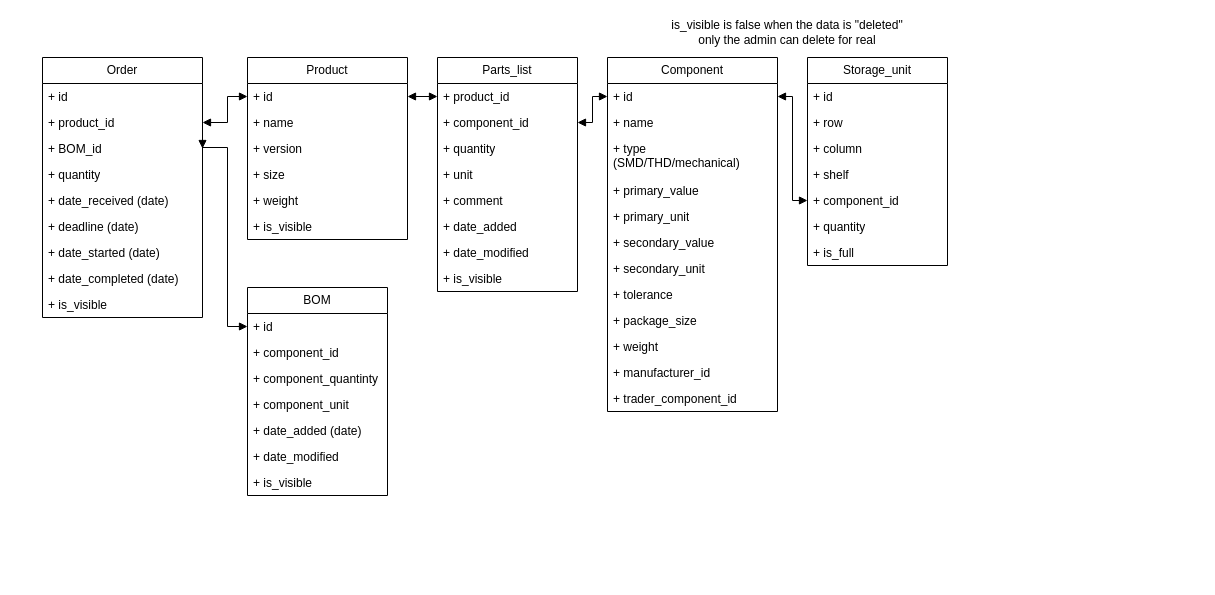
The draw.io diagram sql_tables_v2.0.drawio in truSandor/basic-order-and-warehouse-management-app, before the edit. Source tidied: cells renumbered, new cells numbered last; positions are measured from the earlier drawing's top-left corner, leaving out a move shared by most shapes. Both pictures are drawn from the tidied source at 100%, with x=0, y=0 at pixel (42, 17).
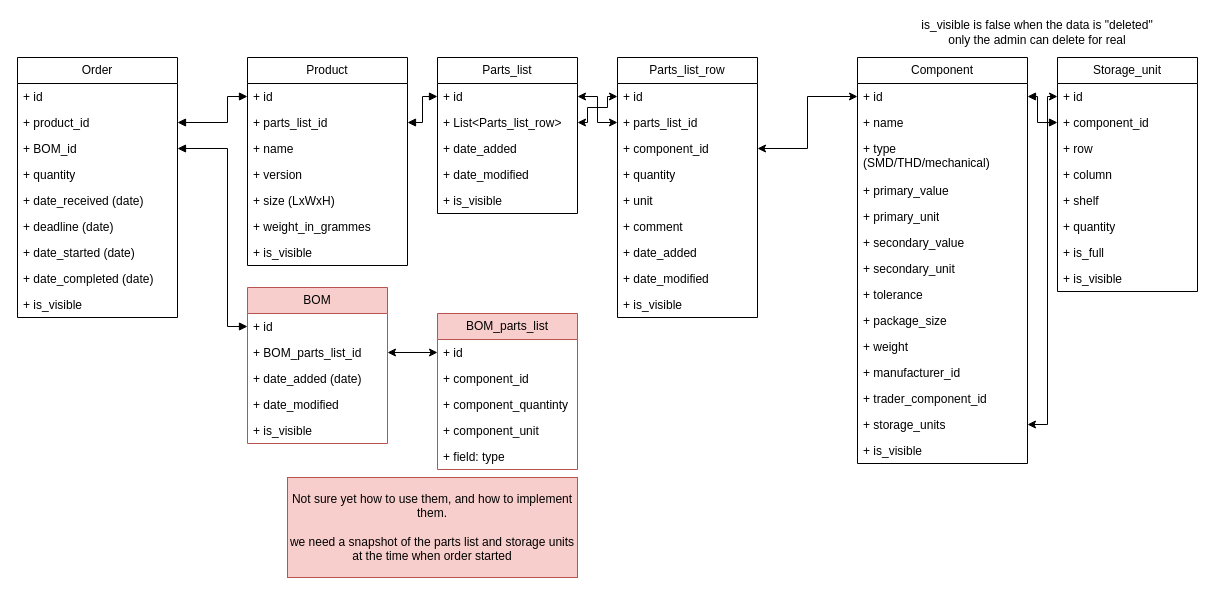
After the change.

Commit message (it also covers changes not shown here):
change tables in sql_tables_V2.0

Unchanged cells that the change refers to:
```xml
<mxCell id="6" value="+ BOM_id" style="text;strokeColor=none;fillColor=none;align=left;verticalAlign=top;spacingLeft=4;spacingRight=4;overflow=hidden;points=[[0,0.5],[1,0.5]];portConstraint=eastwest;whiteSpace=wrap;html=1;" parent="3" vertex="1">
  <mxGeometry y="78" width="160" height="26" as="geometry" />
</mxCell>
<mxCell id="14" value="+ id" style="text;strokeColor=none;fillColor=none;align=left;verticalAlign=top;spacingLeft=4;spacingRight=4;overflow=hidden;points=[[0,0.5],[1,0.5]];portConstraint=eastwest;whiteSpace=wrap;html=1;" parent="13" vertex="1">
  <mxGeometry y="26" width="160" height="26" as="geometry" />
</mxCell>
<mxCell id="21" value="+ id" style="text;strokeColor=none;fillColor=none;align=left;verticalAlign=top;spacingLeft=4;spacingRight=4;overflow=hidden;points=[[0,0.5],[1,0.5]];portConstraint=eastwest;whiteSpace=wrap;html=1;" parent="20" vertex="1">
  <mxGeometry y="26" width="140" height="26" as="geometry" />
</mxCell>
<mxCell id="41" value="+ id" style="text;strokeColor=none;fillColor=none;align=left;verticalAlign=top;spacingLeft=4;spacingRight=4;overflow=hidden;points=[[0,0.5],[1,0.5]];portConstraint=eastwest;whiteSpace=wrap;html=1;" parent="40" vertex="1">
  <mxGeometry y="26" width="170" height="26" as="geometry" />
</mxCell>
<mxCell id="54" value="+ id" style="text;strokeColor=none;fillColor=none;align=left;verticalAlign=top;spacingLeft=4;spacingRight=4;overflow=hidden;points=[[0,0.5],[1,0.5]];portConstraint=eastwest;whiteSpace=wrap;html=1;" parent="53" vertex="1">
  <mxGeometry y="26" width="140" height="26" as="geometry" />
</mxCell>
```

Change to the diagram source:
```diff
@@
     <mxCell id="3" value="Order" style="swimlane;fontStyle=0;horizontal=1;startSize=26;fillColor=none;whiteSpace=wrap;html=1;" parent="1" vertex="1">
-      <mxGeometry y="40" width="160" height="260" as="geometry" />
+      <mxGeometry x="-25" y="40" width="160" height="260" as="geometry" />
     </mxCell>
@@
     <mxCell id="13" value="Product" style="swimlane;fontStyle=0;horizontal=1;startSize=26;fillColor=none;whiteSpace=wrap;html=1;" parent="1" vertex="1">
-      <mxGeometry x="205" y="40" width="160" height="182" as="geometry" />
+      <mxGeometry x="205" y="40" width="160" height="208" as="geometry" />
     </mxCell>
@@
+    <mxCell id="64" value="+ parts_list_id" style="text;strokeColor=none;fillColor=none;align=left;verticalAlign=top;spacingLeft=4;spacingRight=4;overflow=hidden;points=[[0,0.5],[1,0.5]];portConstraint=eastwest;whiteSpace=wrap;html=1;" parent="13" vertex="1">
+      <mxGeometry y="52" width="160" height="26" as="geometry" />
+    </mxCell>
     <mxCell id="15" value="+ name" style="text;strokeColor=none;fillColor=none;align=left;verticalAlign=top;spacingLeft=4;spacingRight=4;overflow=hidden;whiteSpace=wrap;html=1;" parent="13" vertex="1">
-      <mxGeometry y="52" width="160" height="26" as="geometry" />
+      <mxGeometry y="78" width="160" height="26" as="geometry" />
     </mxCell>
     <mxCell id="16" value="+ version" style="text;strokeColor=none;fillColor=none;align=left;verticalAlign=top;spacingLeft=4;spacingRight=4;overflow=hidden;whiteSpace=wrap;html=1;" parent="13" vertex="1">
-      <mxGeometry y="78" width="160" height="26" as="geometry" />
+      <mxGeometry y="104" width="160" height="26" as="geometry" />
     </mxCell>
-    <mxCell id="17" value="+ size" style="text;strokeColor=none;fillColor=none;align=left;verticalAlign=top;spacingLeft=4;spacingRight=4;overflow=hidden;whiteSpace=wrap;html=1;" parent="13" vertex="1">
-      <mxGeometry y="104" width="160" height="26" as="geometry" />
+    <mxCell id="17" value="+ size (LxWxH)" style="text;strokeColor=none;fillColor=none;align=left;verticalAlign=top;spacingLeft=4;spacingRight=4;overflow=hidden;whiteSpace=wrap;html=1;" parent="13" vertex="1">
+      <mxGeometry y="130" width="160" height="26" as="geometry" />
     </mxCell>
-    <mxCell id="18" value="+ weight" style="text;strokeColor=none;fillColor=none;align=left;verticalAlign=top;spacingLeft=4;spacingRight=4;overflow=hidden;whiteSpace=wrap;html=1;" parent="13" vertex="1">
-      <mxGeometry y="130" width="160" height="26" as="geometry" />
+    <mxCell id="18" value="+ weight_in_grammes" style="text;strokeColor=none;fillColor=none;align=left;verticalAlign=top;spacingLeft=4;spacingRight=4;overflow=hidden;whiteSpace=wrap;html=1;" parent="13" vertex="1">
+      <mxGeometry y="156" width="160" height="26" as="geometry" />
     </mxCell>
     <mxCell id="19" value="+ is_visible" style="text;strokeColor=none;fillColor=none;align=left;verticalAlign=top;spacingLeft=4;spacingRight=4;overflow=hidden;whiteSpace=wrap;html=1;" parent="13" vertex="1">
-      <mxGeometry y="156" width="160" height="26" as="geometry" />
+      <mxGeometry y="182" width="160" height="26" as="geometry" />
     </mxCell>
-    <mxCell id="20" value="BOM" style="swimlane;fontStyle=0;horizontal=1;startSize=26;fillColor=none;whiteSpace=wrap;html=1;" parent="1" vertex="1">
-      <mxGeometry x="205" y="270" width="140" height="208" as="geometry" />
+    <mxCell id="20" value="BOM" style="swimlane;fontStyle=0;horizontal=1;startSize=26;fillColor=#f8cecc;whiteSpace=wrap;html=1;strokeColor=#b85450;" parent="1" vertex="1">
+      <mxGeometry x="205" y="270" width="140" height="156" as="geometry" />
     </mxCell>
@@
-    <mxCell id="22" value="+ component_id" style="text;strokeColor=none;fillColor=none;align=left;verticalAlign=top;spacingLeft=4;spacingRight=4;overflow=hidden;whiteSpace=wrap;html=1;" parent="20" vertex="1">
-      <mxGeometry y="52" width="140" height="26" as="geometry" />
-    </mxCell>
-    <mxCell id="23" value="+ component_quantinty" style="text;strokeColor=none;fillColor=none;align=left;verticalAlign=top;spacingLeft=4;spacingRight=4;overflow=hidden;whiteSpace=wrap;html=1;" parent="20" vertex="1">
-      <mxGeometry y="78" width="140" height="26" as="geometry" />
-    </mxCell>
-    <mxCell id="24" value="+ component_unit" style="text;strokeColor=none;fillColor=none;align=left;verticalAlign=top;spacingLeft=4;spacingRight=4;overflow=hidden;whiteSpace=wrap;html=1;" parent="20" vertex="1">
-      <mxGeometry y="104" width="140" height="26" as="geometry" />
-    </mxCell>
+    <mxCell id="65" value="+ BOM_parts_list_id" style="text;strokeColor=none;fillColor=none;align=left;verticalAlign=top;spacingLeft=4;spacingRight=4;overflow=hidden;points=[[0,0.5],[1,0.5]];portConstraint=eastwest;whiteSpace=wrap;html=1;" parent="20" vertex="1">
+      <mxGeometry y="52" width="140" height="26" as="geometry" />
+    </mxCell>
     <mxCell id="25" value="+ date_added (date)" style="text;strokeColor=none;fillColor=none;align=left;verticalAlign=top;spacingLeft=4;spacingRight=4;overflow=hidden;whiteSpace=wrap;html=1;" parent="20" vertex="1">
-      <mxGeometry y="130" width="140" height="26" as="geometry" />
+      <mxGeometry y="78" width="140" height="26" as="geometry" />
     </mxCell>
     <mxCell id="26" value="+ date_modified" style="text;strokeColor=none;fillColor=none;align=left;verticalAlign=top;spacingLeft=4;spacingRight=4;overflow=hidden;whiteSpace=wrap;html=1;" parent="20" vertex="1">
-      <mxGeometry y="156" width="140" height="26" as="geometry" />
+      <mxGeometry y="104" width="140" height="26" as="geometry" />
     </mxCell>
     <mxCell id="27" value="+ is_visible" style="text;strokeColor=none;fillColor=none;align=left;verticalAlign=top;spacingLeft=4;spacingRight=4;overflow=hidden;whiteSpace=wrap;html=1;" parent="20" vertex="1">
-      <mxGeometry y="182" width="140" height="26" as="geometry" />
+      <mxGeometry y="130" width="140" height="26" as="geometry" />
     </mxCell>
@@
     <mxCell id="29" value="Parts_list" style="swimlane;fontStyle=0;horizontal=1;startSize=26;fillColor=none;whiteSpace=wrap;html=1;" parent="1" vertex="1">
-      <mxGeometry x="395" y="40" width="140" height="234" as="geometry" />
+      <mxGeometry x="395" y="40" width="140" height="156" as="geometry" />
     </mxCell>
-    <mxCell id="30" value="+ product_id" style="text;strokeColor=none;fillColor=none;align=left;verticalAlign=top;spacingLeft=4;spacingRight=4;overflow=hidden;points=[[0,0.5],[1,0.5]];portConstraint=eastwest;whiteSpace=wrap;html=1;" parent="29" vertex="1">
+    <mxCell id="30" value="+ id" style="text;strokeColor=none;fillColor=none;align=left;verticalAlign=top;spacingLeft=4;spacingRight=4;overflow=hidden;points=[[0,0.5],[1,0.5]];portConstraint=eastwest;whiteSpace=wrap;html=1;" parent="29" vertex="1">
       <mxGeometry y="26" width="140" height="26" as="geometry" />
     </mxCell>
-    <mxCell id="31" value="+ component_id" style="text;strokeColor=none;fillColor=none;align=left;verticalAlign=top;spacingLeft=4;spacingRight=4;overflow=hidden;points=[[0,0.5],[1,0.5]];portConstraint=eastwest;whiteSpace=wrap;html=1;" parent="29" vertex="1">
-      <mxGeometry y="52" width="140" height="26" as="geometry" />
-    </mxCell>
-    <mxCell id="32" value="+ quantity" style="text;strokeColor=none;fillColor=none;align=left;verticalAlign=top;spacingLeft=4;spacingRight=4;overflow=hidden;whiteSpace=wrap;html=1;" parent="29" vertex="1">
-      <mxGeometry y="78" width="140" height="26" as="geometry" />
-    </mxCell>
-    <mxCell id="33" value="+ unit" style="text;strokeColor=none;fillColor=none;align=left;verticalAlign=top;spacingLeft=4;spacingRight=4;overflow=hidden;whiteSpace=wrap;html=1;" parent="29" vertex="1">
-      <mxGeometry y="104" width="140" height="26" as="geometry" />
-    </mxCell>
-    <mxCell id="34" value="+ comment" style="text;strokeColor=none;fillColor=none;align=left;verticalAlign=top;spacingLeft=4;spacingRight=4;overflow=hidden;whiteSpace=wrap;html=1;" parent="29" vertex="1">
-      <mxGeometry y="130" width="140" height="26" as="geometry" />
-    </mxCell>
-    <mxCell id="35" value="+ date_added" style="text;strokeColor=none;fillColor=none;align=left;verticalAlign=top;spacingLeft=4;spacingRight=4;overflow=hidden;whiteSpace=wrap;html=1;" parent="29" vertex="1">
-      <mxGeometry y="156" width="140" height="26" as="geometry" />
-    </mxCell>
-    <mxCell id="36" value="+ date_modified" style="text;strokeColor=none;fillColor=none;align=left;verticalAlign=top;spacingLeft=4;spacingRight=4;overflow=hidden;whiteSpace=wrap;html=1;" parent="29" vertex="1">
-      <mxGeometry y="182" width="140" height="26" as="geometry" />
-    </mxCell>
+    <mxCell id="66" value="+ List&amp;lt;Parts_list_row&amp;gt;" style="text;strokeColor=none;fillColor=none;align=left;verticalAlign=top;spacingLeft=4;spacingRight=4;overflow=hidden;points=[[0,0.5],[1,0.5]];portConstraint=eastwest;whiteSpace=wrap;html=1;" parent="29" vertex="1">
+      <mxGeometry y="52" width="140" height="26" as="geometry" />
+    </mxCell>
+    <mxCell id="67" value="+ date_added" style="text;strokeColor=none;fillColor=none;align=left;verticalAlign=top;spacingLeft=4;spacingRight=4;overflow=hidden;whiteSpace=wrap;html=1;" parent="29" vertex="1">
+      <mxGeometry y="78" width="140" height="26" as="geometry" />
+    </mxCell>
+    <mxCell id="68" value="+ date_modified" style="text;strokeColor=none;fillColor=none;align=left;verticalAlign=top;spacingLeft=4;spacingRight=4;overflow=hidden;whiteSpace=wrap;html=1;" parent="29" vertex="1">
+      <mxGeometry y="104" width="140" height="26" as="geometry" />
+    </mxCell>
     <mxCell id="37" value="+ is_visible" style="text;strokeColor=none;fillColor=none;align=left;verticalAlign=top;spacingLeft=4;spacingRight=4;overflow=hidden;whiteSpace=wrap;html=1;" parent="29" vertex="1">
-      <mxGeometry y="208" width="140" height="26" as="geometry" />
+      <mxGeometry y="130" width="140" height="26" as="geometry" />
     </mxCell>
     <mxCell id="38" value="is_visible is false when the data is &quot;deleted&quot;&lt;br&gt;only the admin can delete for real" style="text;html=1;strokeColor=none;fillColor=none;align=center;verticalAlign=middle;whiteSpace=wrap;rounded=0;" parent="1" vertex="1">
-      <mxGeometry x="615" width="260" height="30" as="geometry" />
+      <mxGeometry x="865" width="260" height="30" as="geometry" />
     </mxCell>
-    <mxCell id="39" style="endArrow=block;startArrow=block;endFill=1;startFill=1;html=1;rounded=0;entryX=0;entryY=0.5;entryDx=0;entryDy=0;exitX=1;exitY=0.5;exitDx=0;exitDy=0;edgeStyle=orthogonalEdgeStyle;" parent="1" edge="1" source="14" target="30">
+    <mxCell id="39" style="endArrow=block;startArrow=block;endFill=1;startFill=1;html=1;rounded=0;entryX=0;entryY=0.5;entryDx=0;entryDy=0;exitX=1;exitY=0.5;exitDx=0;exitDy=0;edgeStyle=orthogonalEdgeStyle;" parent="1" edge="1" source="64" target="30">
       <mxGeometry relative="1" as="geometry" />
     </mxCell>
     <mxCell id="40" value="Component" style="swimlane;fontStyle=0;horizontal=1;startSize=26;fillColor=none;whiteSpace=wrap;html=1;" parent="1" vertex="1">
-      <mxGeometry x="565" y="40" width="170" height="354" as="geometry" />
+      <mxGeometry x="815" y="40" width="170" height="406" as="geometry" />
     </mxCell>
@@
+    <mxCell id="69" value="+ storage_units" style="text;strokeColor=none;fillColor=none;align=left;verticalAlign=top;spacingLeft=4;spacingRight=4;overflow=hidden;points=[[0,0.5],[1,0.5]];portConstraint=eastwest;whiteSpace=wrap;html=1;" parent="40" vertex="1">
+      <mxGeometry y="354" width="170" height="26" as="geometry" />
+    </mxCell>
+    <mxCell id="70" value="+ is_visible" style="text;strokeColor=none;fillColor=none;align=left;verticalAlign=top;spacingLeft=4;spacingRight=4;overflow=hidden;whiteSpace=wrap;html=1;" parent="40" vertex="1">
+      <mxGeometry y="380" width="170" height="26" as="geometry" />
+    </mxCell>
     <mxCell id="53" value="Storage_unit" style="swimlane;fontStyle=0;horizontal=1;startSize=26;fillColor=none;whiteSpace=wrap;html=1;" parent="1" vertex="1">
-      <mxGeometry x="765" y="40" width="140" height="208" as="geometry" />
+      <mxGeometry x="1015" y="40" width="140" height="234" as="geometry" />
     </mxCell>
@@
+    <mxCell id="58" value="+ component_id" style="text;strokeColor=none;fillColor=none;align=left;verticalAlign=top;spacingLeft=4;spacingRight=4;overflow=hidden;points=[[0,0.5],[1,0.5]];portConstraint=eastwest;whiteSpace=wrap;html=1;" parent="53" vertex="1">
+      <mxGeometry y="52" width="140" height="26" as="geometry" />
+    </mxCell>
     <mxCell id="55" value="+ row" style="text;strokeColor=none;fillColor=none;align=left;verticalAlign=top;spacingLeft=4;spacingRight=4;overflow=hidden;whiteSpace=wrap;html=1;" parent="53" vertex="1">
-      <mxGeometry y="52" width="140" height="26" as="geometry" />
+      <mxGeometry y="78" width="140" height="26" as="geometry" />
     </mxCell>
     <mxCell id="56" value="+ column" style="text;strokeColor=none;fillColor=none;align=left;verticalAlign=top;spacingLeft=4;spacingRight=4;overflow=hidden;whiteSpace=wrap;html=1;" parent="53" vertex="1">
-      <mxGeometry y="78" width="140" height="26" as="geometry" />
+      <mxGeometry y="104" width="140" height="26" as="geometry" />
     </mxCell>
     <mxCell id="57" value="+ shelf" style="text;strokeColor=none;fillColor=none;align=left;verticalAlign=top;spacingLeft=4;spacingRight=4;overflow=hidden;whiteSpace=wrap;html=1;" parent="53" vertex="1">
-      <mxGeometry y="104" width="140" height="26" as="geometry" />
+      <mxGeometry y="130" width="140" height="26" as="geometry" />
     </mxCell>
-    <mxCell id="58" value="+ component_id" style="text;strokeColor=none;fillColor=none;align=left;verticalAlign=top;spacingLeft=4;spacingRight=4;overflow=hidden;points=[[0,0.5],[1,0.5]];portConstraint=eastwest;whiteSpace=wrap;html=1;" parent="53" vertex="1">
-      <mxGeometry y="130" width="140" height="26" as="geometry" />
-    </mxCell>
@@
-    <mxCell id="61" style="endArrow=block;startArrow=block;endFill=1;startFill=1;html=1;rounded=0;edgeStyle=orthogonalEdgeStyle;entryX=0;entryY=0.5;entryDx=0;entryDy=0;exitX=1;exitY=0.5;exitDx=0;exitDy=0;" parent="1" edge="1" source="31" target="41">
-      <mxGeometry relative="1" as="geometry" />
-    </mxCell>
+    <mxCell id="71" value="+ is_visible" style="text;strokeColor=none;fillColor=none;align=left;verticalAlign=top;spacingLeft=4;spacingRight=4;overflow=hidden;whiteSpace=wrap;html=1;" parent="53" vertex="1">
+      <mxGeometry y="208" width="140" height="26" as="geometry" />
+    </mxCell>
     <mxCell id="62" style="endArrow=block;startArrow=block;endFill=1;startFill=1;html=1;rounded=0;exitX=1;exitY=0.5;exitDx=0;exitDy=0;entryX=0;entryY=0.5;entryDx=0;entryDy=0;edgeStyle=orthogonalEdgeStyle;" parent="1" edge="1" source="41" target="58">
-      <mxGeometry relative="1" as="geometry" />
+      <mxGeometry relative="1" as="geometry">
+        <Array as="points">
+          <mxPoint x="995" y="79" />
+          <mxPoint x="995" y="105" />
+        </Array>
+      </mxGeometry>
     </mxCell>
-    <mxCell id="63" style="endArrow=block;startArrow=block;endFill=1;startFill=1;html=1;rounded=0;exitX=1;exitY=0.5;exitDx=0;exitDy=0;entryX=0;entryY=0.5;entryDx=0;entryDy=0;edgeStyle=orthogonalEdgeStyle;" parent="1" edge="1" source="6" target="21">
+    <mxCell id="63" style="endArrow=block;startArrow=block;endFill=1;startFill=1;html=1;rounded=0;entryX=0;entryY=0.5;entryDx=0;entryDy=0;edgeStyle=orthogonalEdgeStyle;exitX=1;exitY=0.5;exitDx=0;exitDy=0;" parent="1" edge="1" source="6" target="21">
       <mxGeometry relative="1" as="geometry">
         <Array as="points">
-          <mxPoint x="185" y="130" />
+          <mxPoint x="185" y="131" />
           <mxPoint x="185" y="309" />
         </Array>
       </mxGeometry>
     </mxCell>
+    <mxCell id="72" style="endArrow=classic;startArrow=classic;html=1;rounded=0;entryX=0;entryY=0.5;entryDx=0;entryDy=0;exitX=1;exitY=0.5;exitDx=0;exitDy=0;edgeStyle=orthogonalEdgeStyle;" parent="1" edge="1" source="69" target="54">
+      <mxGeometry relative="1" as="geometry">
+        <Array as="points">
+          <mxPoint x="1005" y="407" />
+          <mxPoint x="1005" y="79" />
+        </Array>
+      </mxGeometry>
+    </mxCell>
+    <mxCell id="73" value="BOM_parts_list" style="swimlane;fontStyle=0;horizontal=1;startSize=26;fillColor=#f8cecc;whiteSpace=wrap;html=1;strokeColor=#b85450;" parent="1" vertex="1">
+      <mxGeometry x="395" y="296" width="140" height="156" as="geometry" />
+    </mxCell>
+    <mxCell id="74" value="+ id" style="text;strokeColor=none;fillColor=none;align=left;verticalAlign=top;spacingLeft=4;spacingRight=4;overflow=hidden;points=[[0,0.5],[1,0.5]];portConstraint=eastwest;whiteSpace=wrap;html=1;" parent="73" vertex="1">
+      <mxGeometry y="26" width="140" height="26" as="geometry" />
+    </mxCell>
+    <mxCell id="22" value="+ component_id" style="text;strokeColor=none;fillColor=none;align=left;verticalAlign=top;spacingLeft=4;spacingRight=4;overflow=hidden;whiteSpace=wrap;html=1;" parent="73" vertex="1">
+      <mxGeometry y="52" width="140" height="26" as="geometry" />
+    </mxCell>
+    <mxCell id="23" value="+ component_quantinty" style="text;strokeColor=none;fillColor=none;align=left;verticalAlign=top;spacingLeft=4;spacingRight=4;overflow=hidden;whiteSpace=wrap;html=1;" parent="73" vertex="1">
+      <mxGeometry y="78" width="140" height="26" as="geometry" />
+    </mxCell>
+    <mxCell id="24" value="+ component_unit" style="text;strokeColor=none;fillColor=none;align=left;verticalAlign=top;spacingLeft=4;spacingRight=4;overflow=hidden;whiteSpace=wrap;html=1;" parent="73" vertex="1">
+      <mxGeometry y="104" width="140" height="26" as="geometry" />
+    </mxCell>
+    <mxCell id="75" value="+ field: type" style="text;strokeColor=none;fillColor=none;align=left;verticalAlign=top;spacingLeft=4;spacingRight=4;overflow=hidden;whiteSpace=wrap;html=1;" parent="73" vertex="1">
+      <mxGeometry y="130" width="140" height="26" as="geometry" />
+    </mxCell>
+    <mxCell id="76" style="endArrow=classic;startArrow=classic;html=1;rounded=0;entryX=0;entryY=0.5;entryDx=0;entryDy=0;exitX=1;exitY=0.5;exitDx=0;exitDy=0;edgeStyle=orthogonalEdgeStyle;" parent="1" edge="1" source="65" target="74">
+      <mxGeometry relative="1" as="geometry" />
+    </mxCell>
+    <mxCell id="77" value="Not sure yet how to use them, and how to implement them.&lt;br&gt;&lt;br&gt;we need a snapshot of the parts list and storage units at the time when order started" style="text;html=1;strokeColor=#b85450;fillColor=#f8cecc;align=center;verticalAlign=middle;whiteSpace=wrap;rounded=0;" parent="1" vertex="1">
+      <mxGeometry x="245" y="460" width="290" height="100" as="geometry" />
+    </mxCell>
+    <mxCell id="78" value="Parts_list_row" style="swimlane;fontStyle=0;horizontal=1;startSize=26;fillColor=none;whiteSpace=wrap;html=1;" parent="1" vertex="1">
+      <mxGeometry x="575" y="40" width="140" height="260" as="geometry" />
+    </mxCell>
+    <mxCell id="79" value="+ id" style="text;strokeColor=none;fillColor=none;align=left;verticalAlign=top;spacingLeft=4;spacingRight=4;overflow=hidden;points=[[0,0.5],[1,0.5]];portConstraint=eastwest;whiteSpace=wrap;html=1;" parent="78" vertex="1">
+      <mxGeometry y="26" width="140" height="26" as="geometry" />
+    </mxCell>
+    <mxCell id="80" value="+ parts_list_id" style="text;strokeColor=none;fillColor=none;align=left;verticalAlign=top;spacingLeft=4;spacingRight=4;overflow=hidden;points=[[0,0.5],[1,0.5]];portConstraint=eastwest;whiteSpace=wrap;html=1;" parent="78" vertex="1">
+      <mxGeometry y="52" width="140" height="26" as="geometry" />
+    </mxCell>
+    <mxCell id="31" value="+ component_id" style="text;strokeColor=none;fillColor=none;align=left;verticalAlign=top;spacingLeft=4;spacingRight=4;overflow=hidden;points=[[0,0.5],[1,0.5]];portConstraint=eastwest;whiteSpace=wrap;html=1;" parent="78" vertex="1">
+      <mxGeometry y="78" width="140" height="26" as="geometry" />
+    </mxCell>
+    <mxCell id="32" value="+ quantity" style="text;strokeColor=none;fillColor=none;align=left;verticalAlign=top;spacingLeft=4;spacingRight=4;overflow=hidden;whiteSpace=wrap;html=1;" parent="78" vertex="1">
+      <mxGeometry y="104" width="140" height="26" as="geometry" />
+    </mxCell>
+    <mxCell id="33" value="+ unit" style="text;strokeColor=none;fillColor=none;align=left;verticalAlign=top;spacingLeft=4;spacingRight=4;overflow=hidden;whiteSpace=wrap;html=1;" parent="78" vertex="1">
+      <mxGeometry y="130" width="140" height="26" as="geometry" />
+    </mxCell>
+    <mxCell id="34" value="+ comment" style="text;strokeColor=none;fillColor=none;align=left;verticalAlign=top;spacingLeft=4;spacingRight=4;overflow=hidden;whiteSpace=wrap;html=1;" parent="78" vertex="1">
+      <mxGeometry y="156" width="140" height="26" as="geometry" />
+    </mxCell>
+    <mxCell id="35" value="+ date_added" style="text;strokeColor=none;fillColor=none;align=left;verticalAlign=top;spacingLeft=4;spacingRight=4;overflow=hidden;whiteSpace=wrap;html=1;" parent="78" vertex="1">
+      <mxGeometry y="182" width="140" height="26" as="geometry" />
+    </mxCell>
+    <mxCell id="36" value="+ date_modified" style="text;strokeColor=none;fillColor=none;align=left;verticalAlign=top;spacingLeft=4;spacingRight=4;overflow=hidden;whiteSpace=wrap;html=1;" parent="78" vertex="1">
+      <mxGeometry y="208" width="140" height="26" as="geometry" />
+    </mxCell>
+    <mxCell id="81" value="+ is_visible" style="text;strokeColor=none;fillColor=none;align=left;verticalAlign=top;spacingLeft=4;spacingRight=4;overflow=hidden;whiteSpace=wrap;html=1;" parent="78" vertex="1">
+      <mxGeometry y="234" width="140" height="26" as="geometry" />
+    </mxCell>
+    <mxCell id="82" style="endArrow=classic;startArrow=classic;html=1;rounded=0;exitX=1;exitY=0.5;exitDx=0;exitDy=0;entryX=0;entryY=0.5;entryDx=0;entryDy=0;edgeStyle=orthogonalEdgeStyle;" parent="1" edge="1" source="30" target="80">
+      <mxGeometry relative="1" as="geometry">
+        <Array as="points">
+          <mxPoint x="555" y="79" />
+          <mxPoint x="555" y="105" />
+        </Array>
+      </mxGeometry>
+    </mxCell>
+    <mxCell id="83" style="endArrow=classic;startArrow=classic;html=1;rounded=0;entryX=0;entryY=0.5;entryDx=0;entryDy=0;exitX=1;exitY=0.5;exitDx=0;exitDy=0;edgeStyle=orthogonalEdgeStyle;" parent="1" edge="1" source="66" target="79">
+      <mxGeometry relative="1" as="geometry">
+        <Array as="points">
+          <mxPoint x="545" y="105" />
+          <mxPoint x="545" y="90" />
+          <mxPoint x="565" y="90" />
+          <mxPoint x="565" y="79" />
+        </Array>
+      </mxGeometry>
+    </mxCell>
+    <mxCell id="61" style="endArrow=classic;startArrow=classic;html=1;rounded=0;exitX=1;exitY=0.5;exitDx=0;exitDy=0;entryX=0;entryY=0.5;entryDx=0;entryDy=0;edgeStyle=elbowEdgeStyle;" parent="1" edge="1" source="31" target="41">
+      <mxGeometry relative="1" as="geometry" />
+    </mxCell>
```
